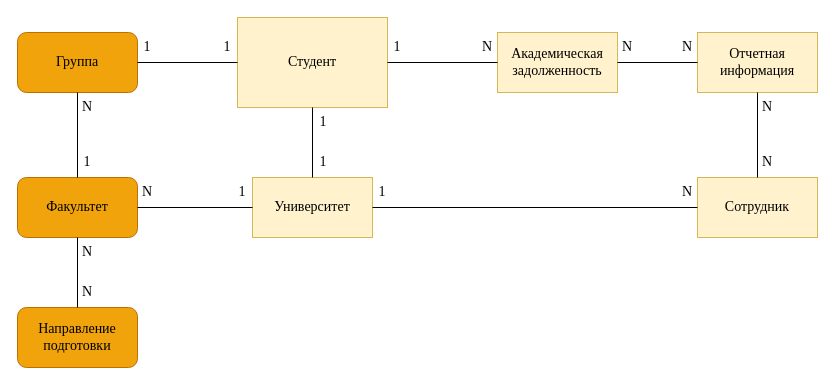
The draw.io diagram ER-диаграмма.drawio in DLordxxx/Practice, before the edit. Source tidied: cells renumbered, new cells numbered last; positions are measured from the earlier drawing's top-left corner, leaving out a move shared by most shapes. Both pictures are drawn from the tidied source at 100%, with x=0, y=0 at pixel (17, 17).
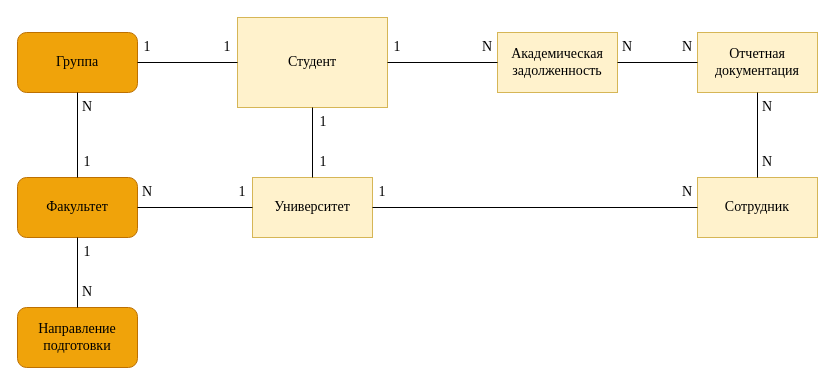
The same page after the edit.

What changed in the source:
```diff
@@
-    <mxCell id="6" value="Отчетная информация" style="rounded=0;whiteSpace=wrap;html=1;fontFamily=Times New Roman;fontSize=14;fillColor=#fff2cc;strokeColor=#d6b656;" parent="1" vertex="1">
+    <mxCell id="6" value="Отчетная документация" style="rounded=0;whiteSpace=wrap;html=1;fontFamily=Times New Roman;fontSize=14;fillColor=#fff2cc;strokeColor=#d6b656;" parent="1" vertex="1">
       <mxGeometry x="680" y="15" width="120" height="60" as="geometry" />
     </mxCell>
@@
-    <mxCell id="16" value="N" style="text;html=1;align=center;verticalAlign=middle;whiteSpace=wrap;rounded=0;fontFamily=Times New Roman;fontSize=14;" parent="1" vertex="1">
+    <mxCell id="16" value="1" style="text;html=1;align=center;verticalAlign=middle;whiteSpace=wrap;rounded=0;fontFamily=Times New Roman;fontSize=14;" parent="1" vertex="1">
       <mxGeometry x="60" y="220" width="20" height="30" as="geometry" />
     </mxCell>
```
